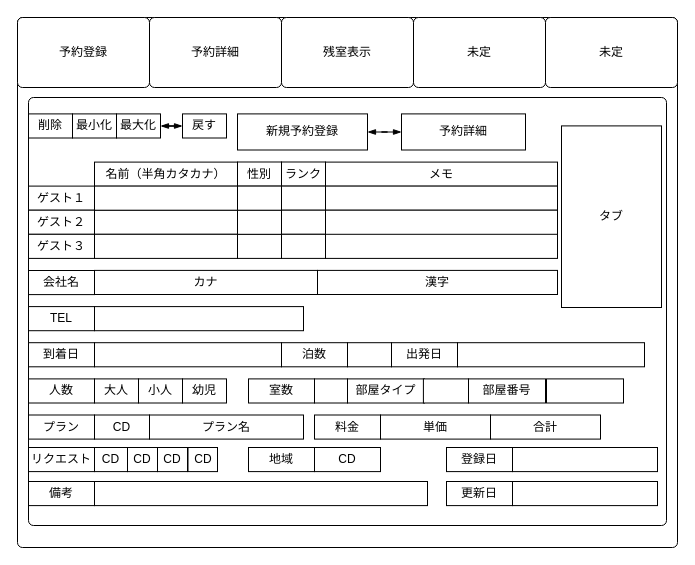
This is dio/reservation_new_show.dio from mamochi31/hotel-app, a draw.io file, before an edit. Source tidied: cells renumbered, new cells numbered last; positions are measured from the earlier drawing's top-left corner, leaving out a move shared by most shapes. Both pictures are drawn from the tidied source at 100%, with x=0, y=0 at pixel (17, 17).
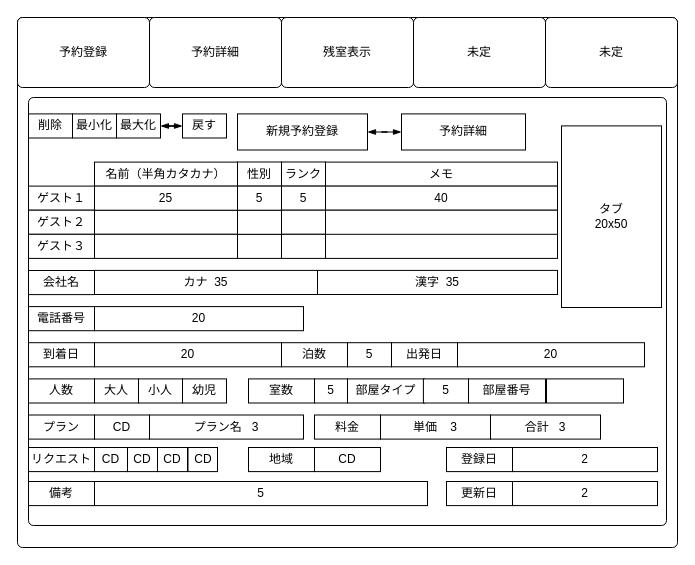
After the change.

Unchanged cells that the change refers to:
```xml
<mxCell id="2" style="rounded=1;absoluteArcSize=1;html=1;arcSize=10;" parent="1" vertex="1">
  <mxGeometry width="660" height="530" as="geometry" />
</mxCell>
```

Change to the diagram source:
```diff
@@
-    <mxCell id="18" style="whiteSpace=wrap;html=1;align=center;" parent="2" vertex="1">
+    <mxCell id="18" value="25" style="whiteSpace=wrap;html=1;align=center;" parent="2" vertex="1">
       <mxGeometry x="77" y="168.6" width="143" height="24.1" as="geometry" />
     </mxCell>
@@
-    <mxCell id="22" style="whiteSpace=wrap;html=1;align=center;" parent="2" vertex="1">
+    <mxCell id="22" value="5" style="whiteSpace=wrap;html=1;align=center;" parent="2" vertex="1">
       <mxGeometry x="220" y="168.6" width="44" height="24.1" as="geometry" />
     </mxCell>
@@
-    <mxCell id="24" style="whiteSpace=wrap;html=1;align=center;" parent="2" vertex="1">
+    <mxCell id="24" value="5" style="whiteSpace=wrap;html=1;align=center;" parent="2" vertex="1">
       <mxGeometry x="264" y="168.6" width="44" height="24.1" as="geometry" />
     </mxCell>
@@
-    <mxCell id="28" style="whiteSpace=wrap;html=1;align=center;" parent="2" vertex="1">
+    <mxCell id="28" value="40" style="whiteSpace=wrap;html=1;align=center;" parent="2" vertex="1">
       <mxGeometry x="308" y="168.6" width="232" height="24.1" as="geometry" />
     </mxCell>
@@
-    <mxCell id="38" value="カナ" style="whiteSpace=wrap;html=1;align=center;" parent="2" vertex="1">
+    <mxCell id="38" value="カナ&amp;nbsp; 35" style="whiteSpace=wrap;html=1;align=center;" parent="2" vertex="1">
       <mxGeometry x="77" y="252.9" width="223" height="24.1" as="geometry" />
     </mxCell>
-    <mxCell id="39" value="漢字" style="whiteSpace=wrap;html=1;align=center;" parent="2" vertex="1">
+    <mxCell id="39" value="漢字&amp;nbsp; 35" style="whiteSpace=wrap;html=1;align=center;" parent="2" vertex="1">
       <mxGeometry x="300" y="252.9" width="240" height="24.1" as="geometry" />
     </mxCell>
-    <mxCell id="40" value="TEL" style="whiteSpace=wrap;html=1;align=center;" parent="2" vertex="1">
+    <mxCell id="40" value="電話番号" style="whiteSpace=wrap;html=1;align=center;" parent="2" vertex="1">
       <mxGeometry x="11" y="289.1" width="66" height="24.1" as="geometry" />
     </mxCell>
-    <mxCell id="41" style="whiteSpace=wrap;html=1;align=center;" parent="2" vertex="1">
+    <mxCell id="41" value="20" style="whiteSpace=wrap;html=1;align=center;" parent="2" vertex="1">
       <mxGeometry x="77" y="289.1" width="209" height="24.1" as="geometry" />
     </mxCell>
@@
-    <mxCell id="43" style="whiteSpace=wrap;html=1;align=center;" parent="2" vertex="1">
+    <mxCell id="43" value="20" style="whiteSpace=wrap;html=1;align=center;" parent="2" vertex="1">
       <mxGeometry x="77" y="325.2" width="187" height="24.1" as="geometry" />
     </mxCell>
@@
-    <mxCell id="45" style="whiteSpace=wrap;html=1;align=center;" parent="2" vertex="1">
+    <mxCell id="45" value="5" style="whiteSpace=wrap;html=1;align=center;" parent="2" vertex="1">
       <mxGeometry x="330" y="325.2" width="44" height="24.1" as="geometry" />
     </mxCell>
@@
-    <mxCell id="47" style="whiteSpace=wrap;html=1;align=center;" parent="2" vertex="1">
+    <mxCell id="47" value="20" style="whiteSpace=wrap;html=1;align=center;" parent="2" vertex="1">
       <mxGeometry x="440" y="325.2" width="187" height="24.1" as="geometry" />
     </mxCell>
@@
-    <mxCell id="53" style="whiteSpace=wrap;html=1;align=center;" parent="2" vertex="1">
+    <mxCell id="53" value="5" style="whiteSpace=wrap;html=1;align=center;" parent="2" vertex="1">
       <mxGeometry x="297" y="361.4" width="33" height="24.1" as="geometry" />
     </mxCell>
@@
-    <mxCell id="55" style="whiteSpace=wrap;html=1;align=center;" parent="2" vertex="1">
+    <mxCell id="55" value="5" style="whiteSpace=wrap;html=1;align=center;" parent="2" vertex="1">
       <mxGeometry x="405.9" y="361.4" width="45.1" height="24.1" as="geometry" />
     </mxCell>
@@
-    <mxCell id="58" value="プラン名" style="whiteSpace=wrap;html=1;align=center;" parent="2" vertex="1">
+    <mxCell id="58" value="プラン名&amp;nbsp; &amp;nbsp;3" style="whiteSpace=wrap;html=1;align=center;" parent="2" vertex="1">
       <mxGeometry x="132" y="397.5" width="154" height="24.1" as="geometry" />
     </mxCell>
@@
-    <mxCell id="60" value="単価" style="whiteSpace=wrap;html=1;align=center;" parent="2" vertex="1">
+    <mxCell id="60" value="単価&amp;nbsp; &amp;nbsp; 3" style="whiteSpace=wrap;html=1;align=center;" parent="2" vertex="1">
       <mxGeometry x="363" y="397.5" width="110" height="24.1" as="geometry" />
     </mxCell>
-    <mxCell id="61" value="合計" style="whiteSpace=wrap;html=1;align=center;" parent="2" vertex="1">
+    <mxCell id="61" value="合計&amp;nbsp; &amp;nbsp;3" style="whiteSpace=wrap;html=1;align=center;" parent="2" vertex="1">
       <mxGeometry x="473" y="397.5" width="110" height="24.1" as="geometry" />
     </mxCell>
@@
-    <mxCell id="70" style="whiteSpace=wrap;html=1;align=center;" parent="2" vertex="1">
+    <mxCell id="70" value="5" style="whiteSpace=wrap;html=1;align=center;" parent="2" vertex="1">
       <mxGeometry x="77" y="464" width="333" height="24.1" as="geometry" />
     </mxCell>
@@
-    <mxCell id="73" style="whiteSpace=wrap;html=1;align=center;" parent="2" vertex="1">
+    <mxCell id="73" value="2" style="whiteSpace=wrap;html=1;align=center;" parent="2" vertex="1">
       <mxGeometry x="495" y="464" width="145" height="24.1" as="geometry" />
     </mxCell>
-    <mxCell id="74" style="whiteSpace=wrap;html=1;align=center;" parent="2" vertex="1">
+    <mxCell id="74" value="2" style="whiteSpace=wrap;html=1;align=center;" parent="2" vertex="1">
       <mxGeometry x="495" y="430" width="145" height="24.1" as="geometry" />
     </mxCell>
-    <mxCell id="75" value="タブ" style="whiteSpace=wrap;html=1;align=center;" parent="2" vertex="1">
+    <mxCell id="75" value="タブ&lt;br&gt;20x50" style="whiteSpace=wrap;html=1;align=center;" parent="2" vertex="1">
       <mxGeometry x="544" y="108.4" width="100" height="181.6" as="geometry" />
     </mxCell>
```
